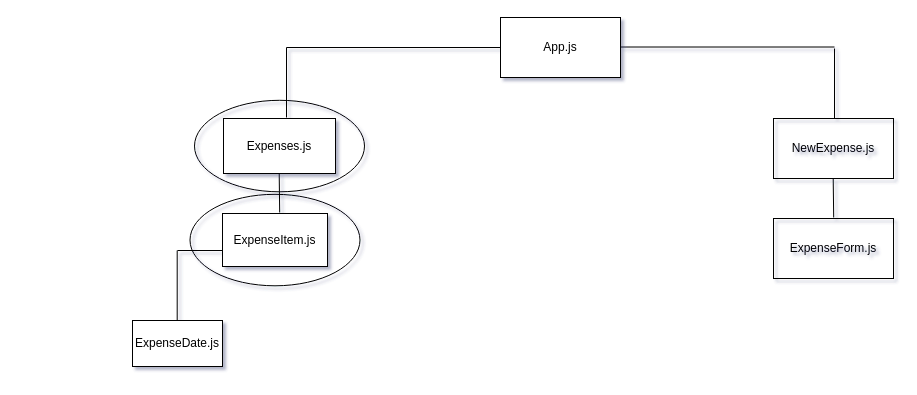
Earlier version of the draw.io diagram Expense-calendar-scheme.drawio (Lonerr7/-Udemy-React-Expense-Calendar). Source tidied: cells renumbered, new cells numbered last; positions are measured from the earlier drawing's top-left corner, leaving out a move shared by most shapes. Both pictures are drawn from the tidied source at 100%, with x=0, y=0 at pixel (132, 17).
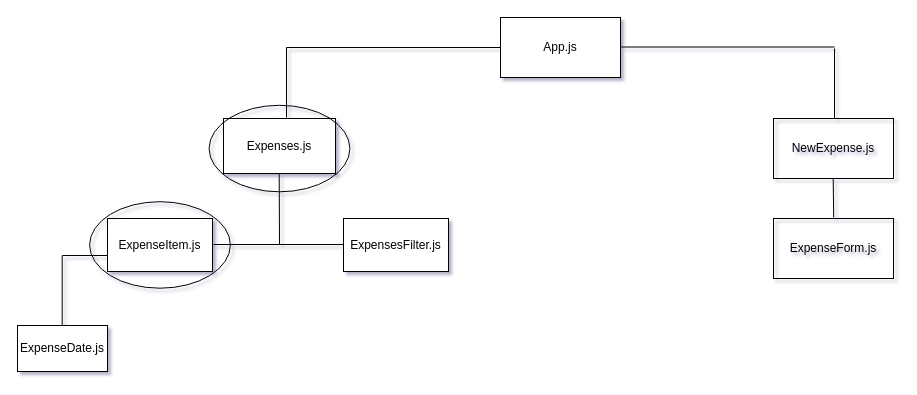
After the change.

Diff of the diagram source:
```diff
@@
     <mxCell id="3" value="ExpenseItem.js" style="rounded=0;whiteSpace=wrap;html=1;" parent="1" vertex="1">
-      <mxGeometry x="90" y="196" width="105" height="53" as="geometry" />
+      <mxGeometry x="-25" y="201" width="105" height="53" as="geometry" />
     </mxCell>
@@
     <mxCell id="6" value="ExpenseDate.js" style="rounded=0;whiteSpace=wrap;html=1;" parent="1" vertex="1">
-      <mxGeometry y="303" width="90" height="46" as="geometry" />
+      <mxGeometry x="-115" y="308" width="90" height="46" as="geometry" />
     </mxCell>
     <mxCell id="7" style="endArrow=none;html=1;" parent="1" edge="1">
       <mxGeometry relative="1" as="geometry">
-        <mxPoint x="44.7" y="303" as="sourcePoint" />
-        <mxPoint x="44.7" y="233" as="targetPoint" />
+        <mxPoint x="-70.3" y="308" as="sourcePoint" />
+        <mxPoint x="-70.3" y="238" as="targetPoint" />
       </mxGeometry>
     </mxCell>
     <mxCell id="8" style="endArrow=none;html=1;" parent="1" edge="1">
       <mxGeometry relative="1" as="geometry">
-        <mxPoint x="45" y="233" as="sourcePoint" />
-        <mxPoint x="90" y="233" as="targetPoint" />
+        <mxPoint x="-70" y="238" as="sourcePoint" />
+        <mxPoint x="-25" y="238" as="targetPoint" />
       </mxGeometry>
     </mxCell>
@@
     <mxCell id="10" style="endArrow=none;html=1;" parent="1" edge="1">
       <mxGeometry relative="1" as="geometry">
-        <mxPoint x="147.2" y="195" as="sourcePoint" />
+        <mxPoint x="147" y="227" as="sourcePoint" />
         <mxPoint x="146.7" y="156" as="targetPoint" />
       </mxGeometry>
     </mxCell>
     <mxCell id="11" style="ellipse;whiteSpace=wrap;html=1;fillColor=none;" parent="1" vertex="1">
-      <mxGeometry x="57.5" y="176.8" width="170" height="91.5" as="geometry" />
+      <mxGeometry x="-42.9" y="184.2" width="140.8" height="86.5" as="geometry" />
     </mxCell>
-    <mxCell id="12" style="ellipse;whiteSpace=wrap;html=1;fillColor=none;" parent="1" vertex="1">
-      <mxGeometry x="62" y="82.8" width="170" height="91.5" as="geometry" />
-    </mxCell>
@@
+    <mxCell id="18" style="endArrow=none;html=1;" parent="1" edge="1">
+      <mxGeometry relative="1" as="geometry">
+        <mxPoint x="147" y="227" as="sourcePoint" />
+        <mxPoint x="81" y="227" as="targetPoint" />
+      </mxGeometry>
+    </mxCell>
+    <mxCell id="19" style="ellipse;whiteSpace=wrap;html=1;fillColor=none;" parent="1" vertex="1">
+      <mxGeometry x="76.6" y="87.8" width="140.8" height="86.5" as="geometry" />
+    </mxCell>
+    <mxCell id="20" style="endArrow=none;html=1;" parent="1" edge="1">
+      <mxGeometry relative="1" as="geometry">
+        <mxPoint x="212" y="227" as="sourcePoint" />
+        <mxPoint x="146" y="227" as="targetPoint" />
+      </mxGeometry>
+    </mxCell>
+    <mxCell id="21" value="ExpensesFilter.js" style="rounded=0;whiteSpace=wrap;html=1;" parent="1" vertex="1">
+      <mxGeometry x="211" y="201" width="105" height="53" as="geometry" />
+    </mxCell>
```
